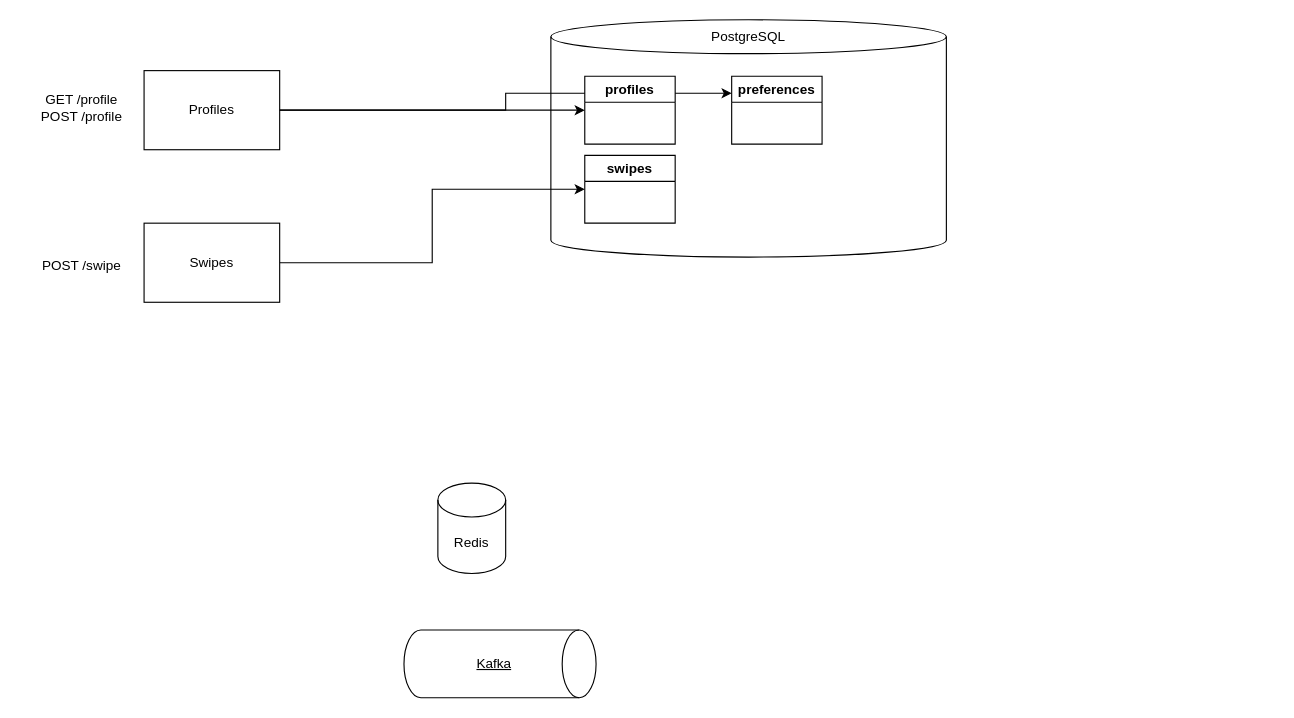
oliver416/highload keeps this draw.io diagram as docs/architecture.drawio. Above is the earlier version. Source tidied: cells renumbered, new cells numbered last; positions are measured from the earlier drawing's top-left corner, leaving out a move shared by most shapes. Both pictures are drawn from the tidied source at 113%, with x=0, y=0 at pixel (19, 19).
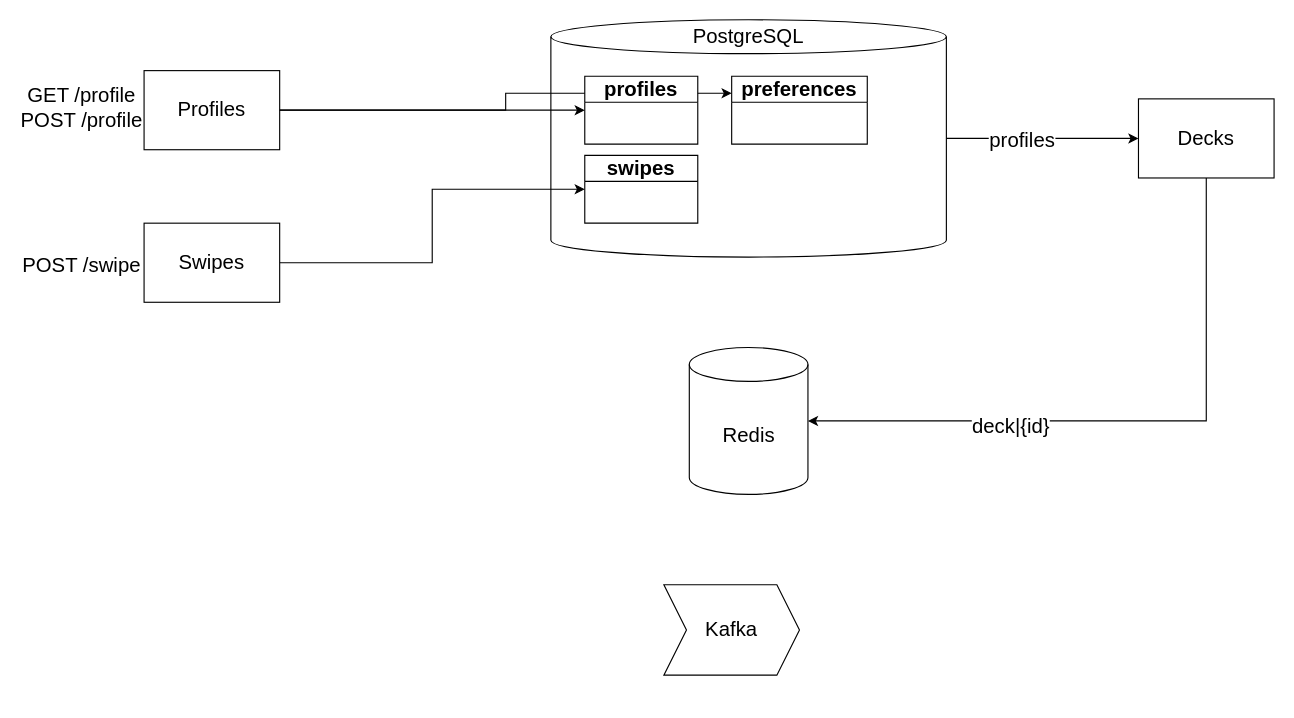
After the change.

Commit message (it also covers changes not shown here):
ADD: a deck service

The change refers to these unchanged cells:
```xml
<mxCell id="3" style="shape=cylinder3;whiteSpace=wrap;html=1;boundedLbl=1;backgroundOutline=1;size=15;" parent="2" vertex="1">
  <mxGeometry width="350" height="210" as="geometry" />
</mxCell>
```

Diff of the diagram source:
```diff
@@
-    <mxCell id="2" style="group;" parent="1" vertex="1">
+    <mxCell id="2" style="group;fontSize=18;" parent="1" vertex="1">
       <mxGeometry x="470" width="350" height="210" as="geometry" />
     </mxCell>
@@
-    <mxCell id="4" value="PostgreSQL" style="text;html=1;align=center;verticalAlign=middle;whiteSpace=wrap;rounded=0;" parent="2" vertex="1">
+    <mxCell id="4" value="PostgreSQL" style="text;html=1;align=center;verticalAlign=middle;whiteSpace=wrap;rounded=0;fontSize=18;" parent="2" vertex="1">
       <mxGeometry x="145" width="60" height="30" as="geometry" />
     </mxCell>
-    <mxCell id="5" value="preferences" style="swimlane;whiteSpace=wrap;html=1;" parent="2" vertex="1">
-      <mxGeometry x="160" y="50" width="80" height="60" as="geometry" />
+    <mxCell id="5" value="preferences" style="swimlane;whiteSpace=wrap;html=1;fontSize=18;" parent="2" vertex="1">
+      <mxGeometry x="160" y="50" width="120" height="60" as="geometry" />
     </mxCell>
-    <mxCell id="6" value="Redis" style="shape=cylinder3;whiteSpace=wrap;html=1;boundedLbl=1;backgroundOutline=1;size=15;" parent="1" vertex="1">
-      <mxGeometry x="370" y="410" width="60" height="80" as="geometry" />
+    <mxCell id="6" value="Redis" style="shape=cylinder3;whiteSpace=wrap;html=1;boundedLbl=1;backgroundOutline=1;size=15;fontSize=18;" parent="1" vertex="1">
+      <mxGeometry x="592.5" y="290" width="105" height="130" as="geometry" />
     </mxCell>
-    <mxCell id="7" style="group;" parent="1" vertex="1">
-      <mxGeometry x="340" y="540" width="170" height="60" as="geometry" />
-    </mxCell>
-    <mxCell id="8" style="group;" parent="7" vertex="1">
-      <mxGeometry width="170" height="60" as="geometry" />
-    </mxCell>
-    <mxCell id="9" style="shape=cylinder3;whiteSpace=wrap;html=1;boundedLbl=1;backgroundOutline=1;size=15;rotation=90;fontStyle=4;" parent="8" vertex="1">
-      <mxGeometry x="55" y="-55" width="60" height="170" as="geometry" />
-    </mxCell>
-    <mxCell id="10" value="Kafka" style="text;html=1;align=center;verticalAlign=middle;whiteSpace=wrap;rounded=0;fontStyle=4;" parent="8" vertex="1">
-      <mxGeometry x="50" y="15" width="60" height="30" as="geometry" />
-    </mxCell>
@@
-    <mxCell id="12" value="Profiles" style="rounded=0;whiteSpace=wrap;html=1;" parent="1" vertex="1">
+    <mxCell id="12" value="Profiles" style="rounded=0;whiteSpace=wrap;html=1;fontSize=18;" parent="1" vertex="1">
       <mxGeometry x="110" y="45" width="120" height="70" as="geometry" />
     </mxCell>
-    <mxCell id="13" value="profiles" style="swimlane;whiteSpace=wrap;html=1;" parent="1" vertex="1">
-      <mxGeometry x="500" y="50" width="80" height="60" as="geometry" />
+    <mxCell id="13" value="profiles" style="swimlane;whiteSpace=wrap;html=1;fontSize=18;" parent="1" vertex="1">
+      <mxGeometry x="500" y="50" width="100" height="60" as="geometry" />
     </mxCell>
-    <mxCell id="14" value="swipes" style="swimlane;whiteSpace=wrap;html=1;" parent="1" vertex="1">
-      <mxGeometry x="500" y="120" width="80" height="60" as="geometry" />
+    <mxCell id="14" value="swipes" style="swimlane;whiteSpace=wrap;html=1;fontSize=18;" parent="1" vertex="1">
+      <mxGeometry x="500" y="120" width="100" height="60" as="geometry" />
     </mxCell>
@@
-    <mxCell id="16" value="GET /profile&lt;div&gt;POST /profile&lt;/div&gt;" style="text;html=1;align=center;verticalAlign=middle;whiteSpace=wrap;rounded=0;" parent="1" vertex="1">
+    <mxCell id="16" value="GET /profile&lt;div&gt;POST /profile&lt;/div&gt;" style="text;html=1;align=center;verticalAlign=middle;whiteSpace=wrap;rounded=0;fontSize=18;" parent="1" vertex="1">
       <mxGeometry y="45" width="110" height="65" as="geometry" />
     </mxCell>
@@
-    <mxCell id="18" value="Swipes" style="rounded=0;whiteSpace=wrap;html=1;" parent="1" vertex="1">
+    <mxCell id="18" value="Swipes" style="rounded=0;whiteSpace=wrap;html=1;fontSize=18;" parent="1" vertex="1">
       <mxGeometry x="110" y="180" width="120" height="70" as="geometry" />
     </mxCell>
-    <mxCell id="19" value="&lt;div&gt;POST /swipe&lt;/div&gt;" style="text;html=1;align=center;verticalAlign=middle;whiteSpace=wrap;rounded=0;" parent="1" vertex="1">
+    <mxCell id="19" value="&lt;div&gt;POST /swipe&lt;/div&gt;" style="text;html=1;align=center;verticalAlign=middle;whiteSpace=wrap;rounded=0;fontSize=18;" parent="1" vertex="1">
       <mxGeometry y="185" width="110" height="65" as="geometry" />
     </mxCell>
+    <mxCell id="20" value="Decks" style="rounded=0;whiteSpace=wrap;html=1;fontSize=18;" parent="1" vertex="1">
+      <mxGeometry x="990" y="70" width="120" height="70" as="geometry" />
+    </mxCell>
+    <mxCell id="21" style="edgeStyle=orthogonalEdgeStyle;rounded=0;jettySize=auto;html=1;entryX=0;entryY=0.5;entryDx=0;entryDy=0;" parent="1" edge="1" source="3" target="20">
+      <mxGeometry relative="1" as="geometry">
+        <Array as="points">
+          <mxPoint x="980" y="105" />
+        </Array>
+      </mxGeometry>
+    </mxCell>
+    <mxCell id="22" value="profiles" style="edgeLabel;html=1;align=center;verticalAlign=middle;fontSize=18;" parent="21" vertex="1">
+      <mxGeometry x="-0.22" relative="1" as="geometry">
+        <mxPoint y="1" as="offset" />
+      </mxGeometry>
+    </mxCell>
+    <mxCell id="23" style="edgeStyle=orthogonalEdgeStyle;rounded=0;jettySize=auto;html=1;entryX=1;entryY=0.5;entryDx=0;entryDy=0;entryPerimeter=0;" parent="1" edge="1" source="20" target="6">
+      <mxGeometry relative="1" as="geometry">
+        <Array as="points">
+          <mxPoint x="1050" y="355" />
+        </Array>
+      </mxGeometry>
+    </mxCell>
+    <mxCell id="24" value="&lt;font style=&quot;font-size: 18px;&quot;&gt;deck|{id}&lt;/font&gt;" style="edgeLabel;html=1;align=center;verticalAlign=middle;" parent="23" vertex="1">
+      <mxGeometry x="0.37" y="4" relative="1" as="geometry" />
+    </mxCell>
+    <mxCell id="10" value="&lt;font&gt;Kafka&lt;/font&gt;" style="shape=step;perimeter=stepPerimeter;whiteSpace=wrap;html=1;fixedSize=1;fontSize=18;" parent="1" vertex="1">
+      <mxGeometry x="570" y="500" width="120" height="80" as="geometry" />
+    </mxCell>
```
